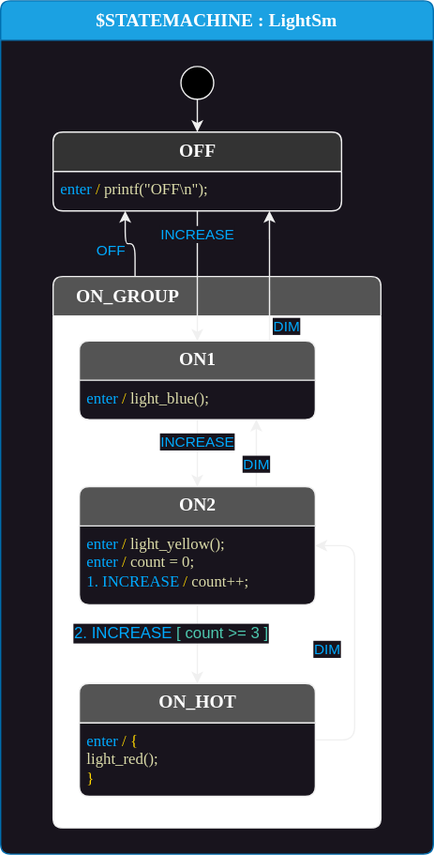
This is lesson-5/c99-gcc/src/LightSm.drawio.svg from StateSmith/tutorial-2, a draw.io export, as it was before one commit. Source tidied: cells renumbered, new cells last; positions are measured from the earlier drawing's top-left corner, leaving out a move shared by most shapes. Source of this version:
```xml
<mxGraphModel>
  <root>
    <mxCell id="0" />
    <mxCell id="1" parent="0" />
    <mxCell id="2" value="$STATEMACHINE : LightSm" style="shape=swimlane;align=center;verticalAlign=top;fontFamily=Lucida Console;startSize=30;fontSize=14;fontStyle=1;swimlaneFillColor=#18141d;rounded=1;arcSize=15;absoluteArcSize=1;fillColor=#1ba1e2;fontColor=#ffffff;strokeColor=#006EAF;" parent="1" vertex="1">
      <mxGeometry width="330" height="650" as="geometry" />
    </mxCell>
    <mxCell id="3" value="ON_GROUP " style="shape=swimlane;align=left;verticalAlign=top;fontFamily=Lucida Console;startSize=30;fontSize=14;fontStyle=1;fontColor=#ffffff;fillColor=#545454;swimlaneFillColor=default;rounded=1;arcSize=15;absoluteArcSize=1;strokeColor=#F0F0F0;spacingLeft=16;" parent="2" vertex="1">
      <mxGeometry x="40" y="210" width="250" height="420" as="geometry" />
    </mxCell>
    <mxCell id="4" value=" " style="fontFamily=Lucida Console;align=left;verticalAlign=top;fillColor=none;gradientColor=none;strokeColor=none;rounded=0;spacingLeft=4;" parent="3" vertex="1">
      <mxGeometry y="30" width="30" height="20" as="geometry" />
    </mxCell>
    <mxCell id="5" value="ON1" style="shape=swimlane;align=center;verticalAlign=top;fontFamily=Lucida Console;startSize=30;fontSize=14;fontStyle=1;swimlaneFillColor=#18141d;html=1;rounded=1;arcSize=15;absoluteArcSize=1;fillColor=#545454;fontColor=#ffffff;strokeColor=#F0F0F0;" parent="3" vertex="1">
      <mxGeometry x="20" y="49" width="180" height="60" as="geometry" />
    </mxCell>
    <mxCell id="6" value="&lt;font color=&quot;#00aaff&quot;&gt;enter&lt;/font&gt; &lt;font color=&quot;#ffd700&quot;&gt;/&lt;/font&gt; &lt;font color=&quot;#dcdcaa&quot;&gt;light_blue();&lt;/font&gt;" style="fontFamily=Lucida Console;align=left;verticalAlign=top;fillColor=none;gradientColor=none;strokeColor=none;rounded=0;spacingLeft=4;html=1;" parent="5" vertex="1">
      <mxGeometry y="30" width="180" height="30" as="geometry" />
    </mxCell>
    <mxCell id="7" value="DIM" style="edgeStyle=none;html=1;exitX=0.75;exitY=0;exitDx=0;exitDy=0;entryX=0.75;entryY=1;entryDx=0;entryDy=0;fontColor=#00AAFF;strokeColor=#F0F0F0;labelBackgroundColor=#18141D;" parent="3" edge="1" source="13" target="5">
      <mxGeometry x="-0.33" relative="1" as="geometry" />
    </mxCell>
    <mxCell id="8" value="&lt;font&gt;INCREASE&lt;/font&gt;" style="edgeStyle=none;html=1;entryX=0.5;entryY=0;entryDx=0;entryDy=0;fontColor=#00AAFF;strokeColor=#F0F0F0;labelBackgroundColor=#18141D;" parent="3" edge="1" source="5" target="13">
      <mxGeometry x="-0.33" relative="1" as="geometry" />
    </mxCell>
    <mxCell id="9" value="DIM" style="html=1;exitX=1;exitY=0.5;exitDx=0;exitDy=0;entryX=1;entryY=0.5;entryDx=0;entryDy=0;strokeColor=#F0F0F0;fontColor=#00AAFF;labelBackgroundColor=#18141D;edgeStyle=orthogonalEdgeStyle;" parent="3" edge="1" source="10" target="13">
      <mxGeometry x="-0.05" y="21" relative="1" as="geometry">
        <Array as="points">
          <mxPoint x="230" y="353" />
          <mxPoint x="230" y="205" />
        </Array>
      </mxGeometry>
    </mxCell>
    <mxCell id="10" value="ON_HOT" style="shape=swimlane;align=center;verticalAlign=top;fontFamily=Lucida Console;startSize=30;fontSize=14;fontStyle=1;swimlaneFillColor=#18141d;html=1;rounded=1;arcSize=15;absoluteArcSize=1;fillColor=#545454;fontColor=#ffffff;strokeColor=#F0F0F0;" parent="3" vertex="1">
      <mxGeometry x="20" y="310" width="180" height="86" as="geometry" />
    </mxCell>
    <mxCell id="11" value="&lt;font color=&quot;#00aaff&quot;&gt;enter&lt;/font&gt; &lt;font color=&quot;#ffd700&quot;&gt;/ {&lt;/font&gt;&lt;br&gt;&amp;nbsp;&amp;nbsp;&lt;font color=&quot;#dcdcaa&quot;&gt;light_red();&lt;br&gt;&lt;/font&gt;&lt;span style=&quot;color: rgb(255, 215, 0);&quot;&gt;}&lt;/span&gt;&lt;font color=&quot;#dcdcaa&quot;&gt;&lt;br&gt;&lt;/font&gt;" style="fontFamily=Lucida Console;align=left;verticalAlign=top;fillColor=none;gradientColor=none;strokeColor=none;rounded=0;spacingLeft=4;html=1;" parent="10" vertex="1">
      <mxGeometry y="30" width="121" height="55" as="geometry" />
    </mxCell>
    <mxCell id="12" value="&lt;font style=&quot;font-size: 12px;&quot;&gt;&lt;font color=&quot;#00aaff&quot;&gt;2. INCREASE&lt;/font&gt; &lt;font color=&quot;#4ec9b0&quot;&gt;[ count &amp;gt;= 3 ]&lt;/font&gt;&lt;/font&gt;" style="edgeStyle=none;html=1;verticalAlign=middle;entryX=0.5;entryY=0;entryDx=0;entryDy=0;exitX=0.5;exitY=1;exitDx=0;exitDy=0;strokeColor=#F0F0F0;labelBackgroundColor=#18141D;" parent="3" edge="1" source="13" target="10">
      <mxGeometry x="-0.27" y="-20" relative="1" as="geometry" />
    </mxCell>
    <mxCell id="13" value="ON2" style="shape=swimlane;align=center;verticalAlign=top;fontFamily=Lucida Console;startSize=30;fontSize=14;fontStyle=1;swimlaneFillColor=#18141d;html=1;rounded=1;arcSize=15;absoluteArcSize=1;fillColor=#545454;fontColor=#ffffff;strokeColor=#F0F0F0;" parent="3" vertex="1">
      <mxGeometry x="20" y="160" width="180" height="90" as="geometry" />
    </mxCell>
    <mxCell id="14" value="&lt;font color=&quot;#00aaff&quot;&gt;enter&amp;nbsp;&lt;/font&gt;&lt;font color=&quot;#ffd700&quot;&gt;/&lt;/font&gt;&amp;nbsp;&lt;font color=&quot;#dcdcaa&quot;&gt;light_yellow();&lt;br&gt;&lt;/font&gt;&lt;font color=&quot;#00aaff&quot;&gt;enter&lt;/font&gt;&amp;nbsp;&lt;font color=&quot;#ffd700&quot;&gt;/&lt;/font&gt;&amp;nbsp;&lt;font color=&quot;#dcdcaa&quot;&gt;count = 0;&lt;br&gt;&lt;/font&gt;&lt;font color=&quot;#00aaff&quot;&gt;1. INCREASE&lt;/font&gt;&amp;nbsp;&lt;font color=&quot;#ffd700&quot;&gt;/&lt;/font&gt;&amp;nbsp;&lt;font color=&quot;#dcdcaa&quot;&gt;count++;&lt;/font&gt;&lt;font color=&quot;#dcdcaa&quot;&gt;&lt;br&gt;&lt;/font&gt;" style="fontFamily=Lucida Console;align=left;verticalAlign=top;fillColor=none;gradientColor=none;strokeColor=none;rounded=0;spacingLeft=4;html=1;" parent="13" vertex="1">
      <mxGeometry y="30" width="190" height="60" as="geometry" />
    </mxCell>
    <mxCell id="15" value=" " style="fontFamily=Lucida Console;align=left;verticalAlign=top;fillColor=none;gradientColor=none;strokeColor=none;rounded=0;spacingLeft=4;" parent="2" vertex="1">
      <mxGeometry y="30" width="30" height="20" as="geometry" />
    </mxCell>
    <mxCell id="16" style="edgeStyle=none;html=1;strokeColor=#F0F0F0;" parent="2" edge="1" source="17" target="18">
      <mxGeometry relative="1" as="geometry" />
    </mxCell>
    <mxCell id="17" value="$initial_state" style="shape=ellipse;fillColor=#000000;noLabel=1;strokeColor=#F0F0F0;" parent="2" vertex="1">
      <mxGeometry x="137.5" y="50" width="25" height="25" as="geometry" />
    </mxCell>
    <mxCell id="18" value="OFF" style="shape=swimlane;align=center;verticalAlign=top;fontFamily=Lucida Console;startSize=30;fontSize=14;fontStyle=1;swimlaneFillColor=#18141d;html=1;rounded=1;arcSize=15;absoluteArcSize=1;fillColor=#333333;fontColor=#FAFAFA;strokeColor=#F0F0F0;" parent="2" vertex="1">
      <mxGeometry x="40" y="100" width="220" height="60" as="geometry" />
    </mxCell>
    <mxCell id="19" value="&lt;font color=&quot;#00aaff&quot;&gt;enter &lt;/font&gt;&lt;font color=&quot;#ffd700&quot;&gt;/&lt;/font&gt; &lt;font color=&quot;#dcdcaa&quot;&gt;printf(&quot;OFF\n&quot;);&lt;/font&gt;" style="fontFamily=Lucida Console;align=left;verticalAlign=top;fillColor=none;gradientColor=none;strokeColor=none;rounded=0;spacingLeft=4;html=1;" parent="18" vertex="1">
      <mxGeometry y="30" width="200" height="30" as="geometry" />
    </mxCell>
    <mxCell id="20" value="OFF" style="edgeStyle=orthogonalEdgeStyle;html=1;exitX=0.25;exitY=0;exitDx=0;exitDy=0;entryX=0.25;entryY=1;entryDx=0;entryDy=0;fontColor=#00AAFF;strokeColor=#F0F0F0;labelBackgroundColor=#18141D;" parent="2" edge="1" source="3" target="18">
      <mxGeometry x="0.2" y="13" relative="1" as="geometry">
        <mxPoint x="2" y="6" as="offset" />
      </mxGeometry>
    </mxCell>
    <mxCell id="21" value="DIM" style="edgeStyle=none;html=1;exitX=0.806;exitY=0.007;exitDx=0;exitDy=0;exitPerimeter=0;fontColor=#00AAFF;entryX=0.75;entryY=1;entryDx=0;entryDy=0;strokeColor=#F0F0F0;labelBackgroundColor=#18141D;" parent="2" edge="1" source="5" target="18">
      <mxGeometry x="-0.78" y="-13" relative="1" as="geometry" />
    </mxCell>
    <mxCell id="22" value="INCREASE" style="edgeStyle=none;html=1;exitX=0.5;exitY=1;exitDx=0;exitDy=0;entryX=0.5;entryY=0;entryDx=0;entryDy=0;fontColor=#00AAFF;labelBackgroundColor=#18141D;strokeColor=#F0F0F0;" parent="2" edge="1" source="18" target="5">
      <mxGeometry x="-0.65" relative="1" as="geometry" />
    </mxCell>
  </root>
</mxGraphModel>
```
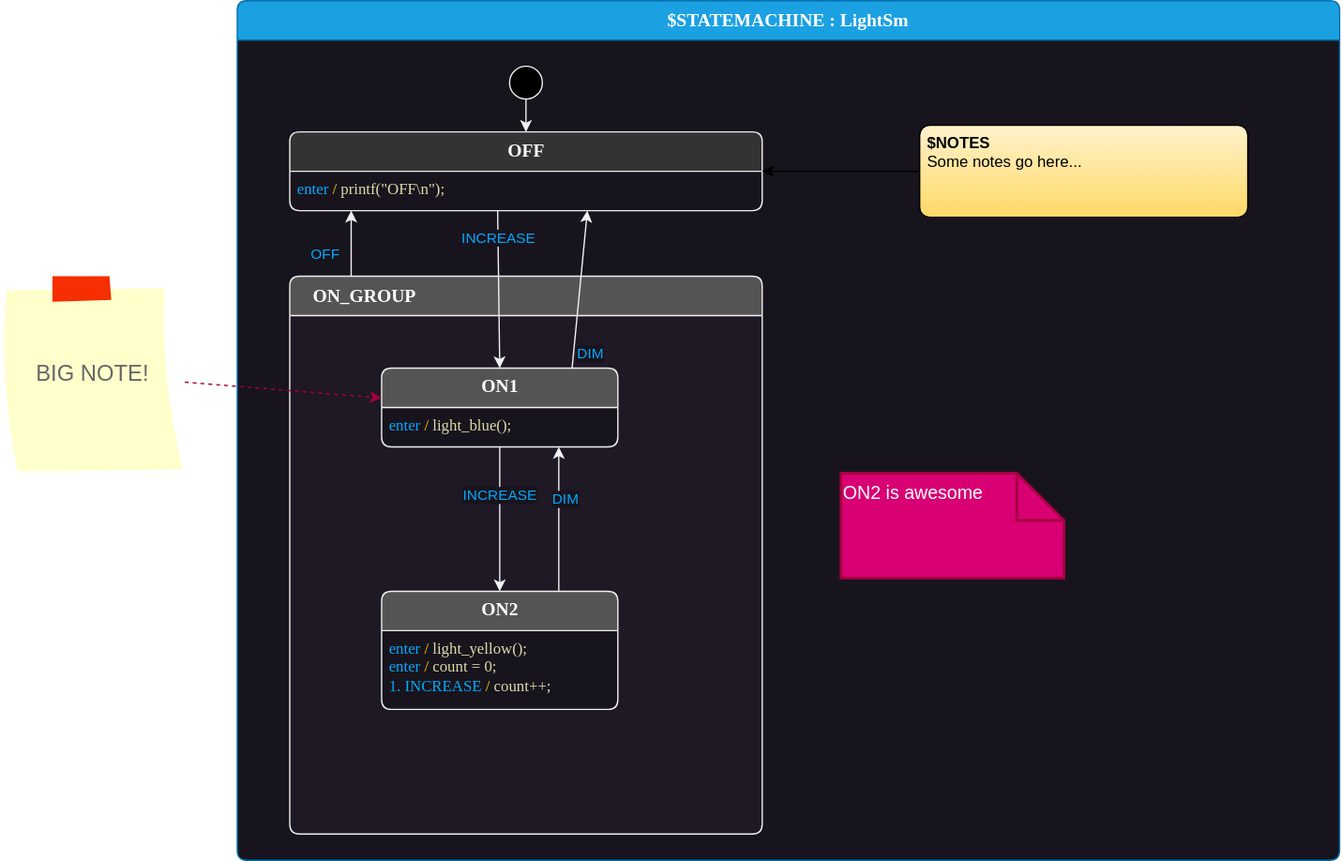
The same diagram one commit later.

Commit message:
light/dark theme fixes

The edit, as a diff of the source:
```diff
@@ -3,45 +3,28 @@
     <mxCell id="0" />
     <mxCell id="1" parent="0" />
     <mxCell id="2" value="$STATEMACHINE : LightSm" style="shape=swimlane;align=center;verticalAlign=top;fontFamily=Lucida Console;startSize=30;fontSize=14;fontStyle=1;swimlaneFillColor=#18141d;rounded=1;arcSize=15;absoluteArcSize=1;fillColor=#1ba1e2;fontColor=#ffffff;strokeColor=#006EAF;" parent="1" vertex="1">
-      <mxGeometry width="330" height="650" as="geometry" />
+      <mxGeometry width="840" height="655" as="geometry" />
     </mxCell>
-    <mxCell id="3" value="ON_GROUP " style="shape=swimlane;align=left;verticalAlign=top;fontFamily=Lucida Console;startSize=30;fontSize=14;fontStyle=1;fontColor=#ffffff;fillColor=#545454;swimlaneFillColor=default;rounded=1;arcSize=15;absoluteArcSize=1;strokeColor=#F0F0F0;spacingLeft=16;" parent="2" vertex="1">
-      <mxGeometry x="40" y="210" width="250" height="420" as="geometry" />
+    <mxCell id="3" value="ON_GROUP " style="shape=swimlane;align=left;verticalAlign=top;fontFamily=Lucida Console;startSize=30;fontSize=14;fontStyle=1;fontColor=#ffffff;fillColor=#545454;swimlaneFillColor=#1E1924;rounded=1;arcSize=15;absoluteArcSize=1;strokeColor=#F0F0F0;spacingLeft=16;points=[[0,0,0,0,0],[0,0.25,0,0,0],[0,0.5,0,0,0],[0,0.75,0,0,0],[0,1,0,0,0],[0.06,0,0,0,0],[0.13,0,0,0,0],[0.19,0,0,0,0],[0.25,0,0,0,0],[0.25,1,0,0,0],[0.31,0,0,0,0],[0.38,0,0,0,0],[0.44,0,0,0,0],[0.5,0,0,0,0],[0.5,1,0,0,0],[0.56,0,0,0,0],[0.63,0,0,0,0],[0.69,0,0,0,0],[0.75,0,0,0,0],[0.75,1,0,0,0],[0.81,0,0,0,0],[0.88,0,0,0,0],[0.94,0,0,0,0],[1,0,0,0,0],[1,0.25,0,0,0],[1,0.5,0,0,0],[1,0.75,0,0,0],[1,1,0,0,0]];" parent="2" vertex="1">
+      <mxGeometry x="40" y="210" width="360" height="425" as="geometry" />
     </mxCell>
     <mxCell id="4" value=" " style="fontFamily=Lucida Console;align=left;verticalAlign=top;fillColor=none;gradientColor=none;strokeColor=none;rounded=0;spacingLeft=4;" parent="3" vertex="1">
       <mxGeometry y="30" width="30" height="20" as="geometry" />
     </mxCell>
     <mxCell id="5" value="ON1" style="shape=swimlane;align=center;verticalAlign=top;fontFamily=Lucida Console;startSize=30;fontSize=14;fontStyle=1;swimlaneFillColor=#18141d;html=1;rounded=1;arcSize=15;absoluteArcSize=1;fillColor=#545454;fontColor=#ffffff;strokeColor=#F0F0F0;" parent="3" vertex="1">
-      <mxGeometry x="20" y="49" width="180" height="60" as="geometry" />
+      <mxGeometry x="70" y="70" width="180" height="60" as="geometry" />
     </mxCell>
     <mxCell id="6" value="&lt;font color=&quot;#00aaff&quot;&gt;enter&lt;/font&gt; &lt;font color=&quot;#ffd700&quot;&gt;/&lt;/font&gt; &lt;font color=&quot;#dcdcaa&quot;&gt;light_blue();&lt;/font&gt;" style="fontFamily=Lucida Console;align=left;verticalAlign=top;fillColor=none;gradientColor=none;strokeColor=none;rounded=0;spacingLeft=4;html=1;" parent="5" vertex="1">
       <mxGeometry y="30" width="180" height="30" as="geometry" />
     </mxCell>
     <mxCell id="7" value="DIM" style="edgeStyle=none;html=1;exitX=0.75;exitY=0;exitDx=0;exitDy=0;entryX=0.75;entryY=1;entryDx=0;entryDy=0;fontColor=#00AAFF;strokeColor=#F0F0F0;labelBackgroundColor=#18141D;" parent="3" edge="1" source="13" target="5">
-      <mxGeometry x="-0.33" relative="1" as="geometry" />
+      <mxGeometry x="0.27" y="-5" relative="1" as="geometry" />
     </mxCell>
     <mxCell id="8" value="&lt;font&gt;INCREASE&lt;/font&gt;" style="edgeStyle=none;html=1;entryX=0.5;entryY=0;entryDx=0;entryDy=0;fontColor=#00AAFF;strokeColor=#F0F0F0;labelBackgroundColor=#18141D;" parent="3" edge="1" source="5" target="13">
       <mxGeometry x="-0.33" relative="1" as="geometry" />
     </mxCell>
-    <mxCell id="9" value="DIM" style="html=1;exitX=1;exitY=0.5;exitDx=0;exitDy=0;entryX=1;entryY=0.5;entryDx=0;entryDy=0;strokeColor=#F0F0F0;fontColor=#00AAFF;labelBackgroundColor=#18141D;edgeStyle=orthogonalEdgeStyle;" parent="3" edge="1" source="10" target="13">
-      <mxGeometry x="-0.05" y="21" relative="1" as="geometry">
-        <Array as="points">
-          <mxPoint x="230" y="353" />
-          <mxPoint x="230" y="205" />
-        </Array>
-      </mxGeometry>
-    </mxCell>
-    <mxCell id="10" value="ON_HOT" style="shape=swimlane;align=center;verticalAlign=top;fontFamily=Lucida Console;startSize=30;fontSize=14;fontStyle=1;swimlaneFillColor=#18141d;html=1;rounded=1;arcSize=15;absoluteArcSize=1;fillColor=#545454;fontColor=#ffffff;strokeColor=#F0F0F0;" parent="3" vertex="1">
-      <mxGeometry x="20" y="310" width="180" height="86" as="geometry" />
-    </mxCell>
-    <mxCell id="11" value="&lt;font color=&quot;#00aaff&quot;&gt;enter&lt;/font&gt; &lt;font color=&quot;#ffd700&quot;&gt;/ {&lt;/font&gt;&lt;br&gt;&amp;nbsp;&amp;nbsp;&lt;font color=&quot;#dcdcaa&quot;&gt;light_red();&lt;br&gt;&lt;/font&gt;&lt;span style=&quot;color: rgb(255, 215, 0);&quot;&gt;}&lt;/span&gt;&lt;font color=&quot;#dcdcaa&quot;&gt;&lt;br&gt;&lt;/font&gt;" style="fontFamily=Lucida Console;align=left;verticalAlign=top;fillColor=none;gradientColor=none;strokeColor=none;rounded=0;spacingLeft=4;html=1;" parent="10" vertex="1">
-      <mxGeometry y="30" width="121" height="55" as="geometry" />
-    </mxCell>
-    <mxCell id="12" value="&lt;font style=&quot;font-size: 12px;&quot;&gt;&lt;font color=&quot;#00aaff&quot;&gt;2. INCREASE&lt;/font&gt; &lt;font color=&quot;#4ec9b0&quot;&gt;[ count &amp;gt;= 3 ]&lt;/font&gt;&lt;/font&gt;" style="edgeStyle=none;html=1;verticalAlign=middle;entryX=0.5;entryY=0;entryDx=0;entryDy=0;exitX=0.5;exitY=1;exitDx=0;exitDy=0;strokeColor=#F0F0F0;labelBackgroundColor=#18141D;" parent="3" edge="1" source="13" target="10">
-      <mxGeometry x="-0.27" y="-20" relative="1" as="geometry" />
-    </mxCell>
     <mxCell id="13" value="ON2" style="shape=swimlane;align=center;verticalAlign=top;fontFamily=Lucida Console;startSize=30;fontSize=14;fontStyle=1;swimlaneFillColor=#18141d;html=1;rounded=1;arcSize=15;absoluteArcSize=1;fillColor=#545454;fontColor=#ffffff;strokeColor=#F0F0F0;" parent="3" vertex="1">
-      <mxGeometry x="20" y="160" width="180" height="90" as="geometry" />
+      <mxGeometry x="70" y="240" width="180" height="90" as="geometry" />
     </mxCell>
     <mxCell id="14" value="&lt;font color=&quot;#00aaff&quot;&gt;enter&amp;nbsp;&lt;/font&gt;&lt;font color=&quot;#ffd700&quot;&gt;/&lt;/font&gt;&amp;nbsp;&lt;font color=&quot;#dcdcaa&quot;&gt;light_yellow();&lt;br&gt;&lt;/font&gt;&lt;font color=&quot;#00aaff&quot;&gt;enter&lt;/font&gt;&amp;nbsp;&lt;font color=&quot;#ffd700&quot;&gt;/&lt;/font&gt;&amp;nbsp;&lt;font color=&quot;#dcdcaa&quot;&gt;count = 0;&lt;br&gt;&lt;/font&gt;&lt;font color=&quot;#00aaff&quot;&gt;1. INCREASE&lt;/font&gt;&amp;nbsp;&lt;font color=&quot;#ffd700&quot;&gt;/&lt;/font&gt;&amp;nbsp;&lt;font color=&quot;#dcdcaa&quot;&gt;count++;&lt;/font&gt;&lt;font color=&quot;#dcdcaa&quot;&gt;&lt;br&gt;&lt;/font&gt;" style="fontFamily=Lucida Console;align=left;verticalAlign=top;fillColor=none;gradientColor=none;strokeColor=none;rounded=0;spacingLeft=4;html=1;" parent="13" vertex="1">
       <mxGeometry y="30" width="190" height="60" as="geometry" />
@@ -53,24 +36,37 @@
       <mxGeometry relative="1" as="geometry" />
     </mxCell>
     <mxCell id="17" value="$initial_state" style="shape=ellipse;fillColor=#000000;noLabel=1;strokeColor=#F0F0F0;" parent="2" vertex="1">
-      <mxGeometry x="137.5" y="50" width="25" height="25" as="geometry" />
+      <mxGeometry x="207.5" y="50" width="25" height="25" as="geometry" />
     </mxCell>
-    <mxCell id="18" value="OFF" style="shape=swimlane;align=center;verticalAlign=top;fontFamily=Lucida Console;startSize=30;fontSize=14;fontStyle=1;swimlaneFillColor=#18141d;html=1;rounded=1;arcSize=15;absoluteArcSize=1;fillColor=#333333;fontColor=#FAFAFA;strokeColor=#F0F0F0;" parent="2" vertex="1">
-      <mxGeometry x="40" y="100" width="220" height="60" as="geometry" />
+    <mxCell id="18" value="OFF" style="shape=swimlane;align=center;verticalAlign=top;fontFamily=Lucida Console;startSize=30;fontSize=14;fontStyle=1;swimlaneFillColor=#18141d;html=1;rounded=1;arcSize=15;absoluteArcSize=1;fillColor=#333333;fontColor=#FAFAFA;strokeColor=#F0F0F0;points=[[0,0,0,0,0],[0,0.25,0,0,0],[0,0.5,0,0,0],[0,0.75,0,0,0],[0,1,0,0,0],[0.06,1,0,0,0],[0.13,1,0,0,0],[0.19,1,0,0,0],[0.25,0,0,0,0],[0.25,1,0,0,0],[0.31,1,0,0,0],[0.38,1,0,0,0],[0.44,1,0,0,0],[0.5,0,0,0,0],[0.5,1,0,0,0],[0.56,1,0,0,0],[0.63,1,0,0,0],[0.69,1,0,0,0],[0.75,0,0,0,0],[0.75,1,0,0,0],[0.81,1,0,0,0],[0.88,1,0,0,0],[0.94,1,0,0,0],[1,0,0,0,0],[1,0.25,0,0,0],[1,0.5,0,0,0],[1,0.75,0,0,0],[1,1,0,0,0]];" parent="2" vertex="1">
+      <mxGeometry x="40" y="100" width="360" height="60" as="geometry" />
     </mxCell>
     <mxCell id="19" value="&lt;font color=&quot;#00aaff&quot;&gt;enter &lt;/font&gt;&lt;font color=&quot;#ffd700&quot;&gt;/&lt;/font&gt; &lt;font color=&quot;#dcdcaa&quot;&gt;printf(&quot;OFF\n&quot;);&lt;/font&gt;" style="fontFamily=Lucida Console;align=left;verticalAlign=top;fillColor=none;gradientColor=none;strokeColor=none;rounded=0;spacingLeft=4;html=1;" parent="18" vertex="1">
       <mxGeometry y="30" width="200" height="30" as="geometry" />
     </mxCell>
-    <mxCell id="20" value="OFF" style="edgeStyle=orthogonalEdgeStyle;html=1;exitX=0.25;exitY=0;exitDx=0;exitDy=0;entryX=0.25;entryY=1;entryDx=0;entryDy=0;fontColor=#00AAFF;strokeColor=#F0F0F0;labelBackgroundColor=#18141D;" parent="2" edge="1" source="3" target="18">
-      <mxGeometry x="0.2" y="13" relative="1" as="geometry">
-        <mxPoint x="2" y="6" as="offset" />
-      </mxGeometry>
+    <mxCell id="20" value="OFF" style="html=1;exitX=0.13;exitY=0;exitDx=0;exitDy=0;fontColor=#00AAFF;strokeColor=#F0F0F0;labelBackgroundColor=#18141D;exitPerimeter=0;entryX=0.13;entryY=1;entryDx=0;entryDy=0;entryPerimeter=0;" parent="2" edge="1" source="3" target="18">
+      <mxGeometry x="-0.33" y="20" relative="1" as="geometry" />
     </mxCell>
-    <mxCell id="21" value="DIM" style="edgeStyle=none;html=1;exitX=0.806;exitY=0.007;exitDx=0;exitDy=0;exitPerimeter=0;fontColor=#00AAFF;entryX=0.75;entryY=1;entryDx=0;entryDy=0;strokeColor=#F0F0F0;labelBackgroundColor=#18141D;" parent="2" edge="1" source="5" target="18">
+    <mxCell id="21" value="DIM" style="edgeStyle=none;html=1;exitX=0.806;exitY=0.007;exitDx=0;exitDy=0;exitPerimeter=0;fontColor=#00AAFF;entryX=0.63;entryY=1;entryDx=0;entryDy=0;strokeColor=#F0F0F0;labelBackgroundColor=#18141D;entryPerimeter=0;" parent="2" edge="1" source="5" target="18">
       <mxGeometry x="-0.78" y="-13" relative="1" as="geometry" />
     </mxCell>
-    <mxCell id="22" value="INCREASE" style="edgeStyle=none;html=1;exitX=0.5;exitY=1;exitDx=0;exitDy=0;entryX=0.5;entryY=0;entryDx=0;entryDy=0;fontColor=#00AAFF;labelBackgroundColor=#18141D;strokeColor=#F0F0F0;" parent="2" edge="1" source="18" target="5">
+    <mxCell id="22" value="INCREASE" style="edgeStyle=none;html=1;entryX=0.5;entryY=0;entryDx=0;entryDy=0;fontColor=#00AAFF;labelBackgroundColor=#18141D;strokeColor=#F0F0F0;exitX=0.44;exitY=1;exitDx=0;exitDy=0;exitPerimeter=0;" parent="2" edge="1" source="18" target="5">
       <mxGeometry x="-0.65" relative="1" as="geometry" />
     </mxCell>
+    <mxCell id="23" style="edgeStyle=orthogonalEdgeStyle;rounded=0;jettySize=auto;html=1;entryX=1;entryY=0.5;entryDx=0;entryDy=0;entryPerimeter=0;" parent="2" edge="1" source="24" target="18">
+      <mxGeometry relative="1" as="geometry" />
+    </mxCell>
+    <mxCell id="24" value="&lt;b&gt;$NOTES&lt;/b&gt;&#10;Some notes go here..." style="shape=rectangle;rounded=1;arcSize=15;absoluteArcSize=1;align=left;verticalAlign=top;whiteSpace=wrap;html=1;spacingLeft=4;strokeWidth=1;strokeColor=default;fillColor=#fff2cc;fontColor=#000000;gradientColor=#ffd966;" parent="2" vertex="1">
+      <mxGeometry x="520" y="95" width="250" height="70" as="geometry" />
+    </mxCell>
+    <mxCell id="25" value="ON2 is awesome" style="shape=note;strokeWidth=2;fontSize=14;size=36;whiteSpace=wrap;html=1;fillColor=#d80073;strokeColor=#A50040;fontColor=#ffffff;verticalAlign=top;align=left;" parent="2" vertex="1">
+      <mxGeometry x="460" y="360" width="170" height="80" as="geometry" />
+    </mxCell>
+    <mxCell id="26" value="BIG NOTE!" style="strokeWidth=1;shadow=0;dashed=0;align=center;html=1;shape=mxgraph.mockup.text.stickyNote2;fontColor=#666666;mainText=;fontSize=17;whiteSpace=wrap;fillColor=#ffffcc;strokeColor=#F62E00;" parent="1" vertex="1">
+      <mxGeometry x="-180" y="210" width="140" height="150" as="geometry" />
+    </mxCell>
+    <mxCell id="27" style="rounded=0;jettySize=auto;html=1;dashed=1;fillColor=#d80073;strokeColor=#A50040;" parent="1" edge="1" source="26" target="5">
+      <mxGeometry relative="1" as="geometry" />
+    </mxCell>
   </root>
 </mxGraphModel>
```
